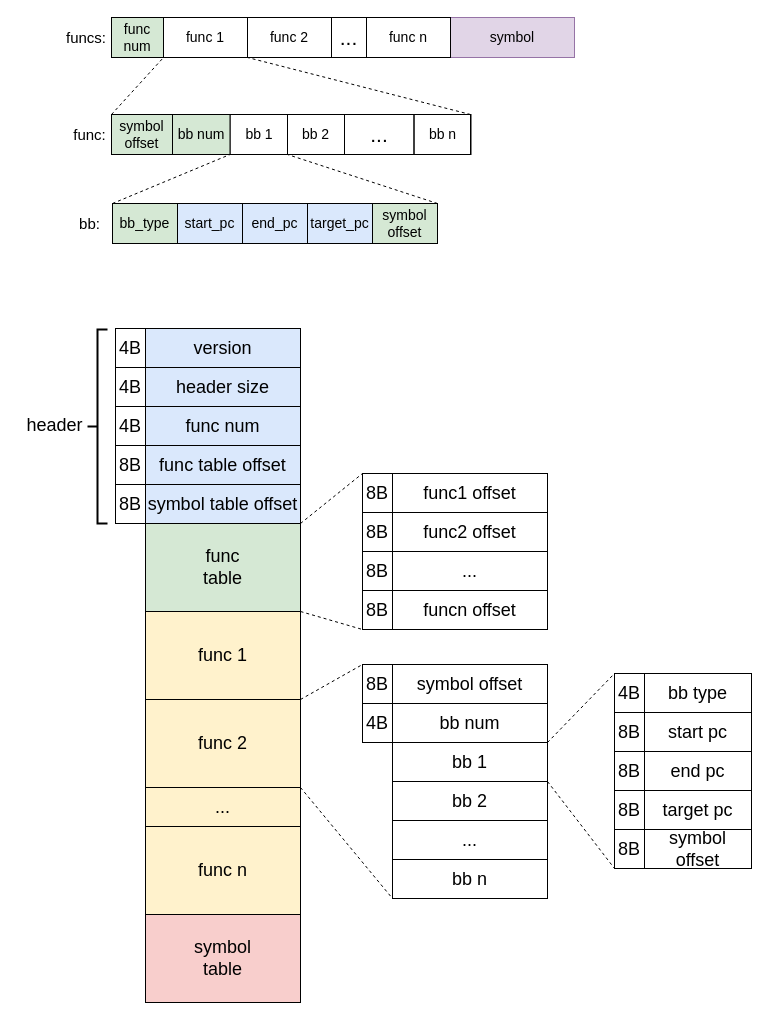
The draw.io diagram cfg 二进制布局设计.drawio in liyp1120/draw.io, before the edit. Source tidied: cells renumbered, new cells numbered last; positions are measured from the earlier drawing's top-left corner, leaving out a move shared by most shapes. Both pictures are drawn from the tidied source at 100%, with x=0, y=0 at pixel (17, 17).
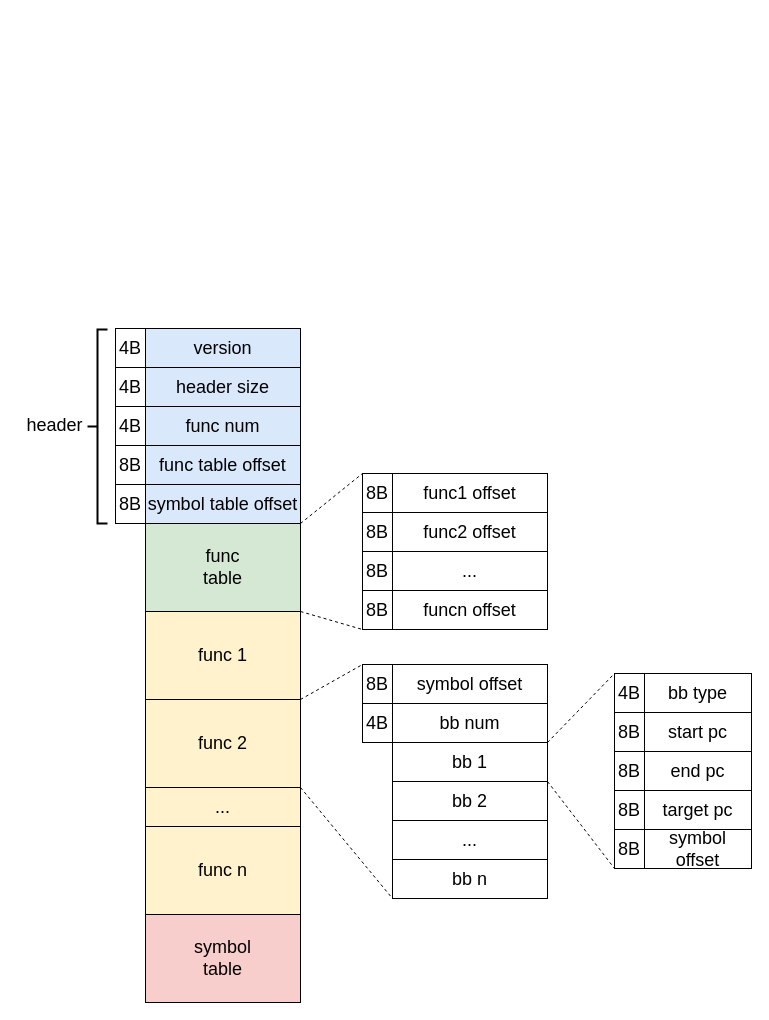
The same page after the edit.

Commit message:
更新cfg 二进制布局设计.drawio

What changed in the source:
```diff
@@
-    <mxCell id="2" style="rounded=0;whiteSpace=wrap;html=1;fillColor=none;" parent="1" vertex="1">
-      <mxGeometry x="94" width="463" height="40" as="geometry" />
-    </mxCell>
-    <mxCell id="3" value="&lt;font style=&quot;font-size: 14px;&quot;&gt;func num&lt;/font&gt;" style="rounded=0;whiteSpace=wrap;html=1;fillColor=#d5e8d4;labelBackgroundColor=none;labelBorderColor=none;strokeColor=default;" parent="1" vertex="1">
-      <mxGeometry x="94" width="52" height="40" as="geometry" />
-    </mxCell>
-    <mxCell id="4" value="&lt;font style=&quot;font-size: 15px;&quot;&gt;funcs:&lt;/font&gt;" style="rounded=0;whiteSpace=wrap;html=1;fillColor=none;strokeColor=none;" parent="1" vertex="1">
-      <mxGeometry x="44" width="50" height="40" as="geometry" />
-    </mxCell>
-    <mxCell id="5" value="&lt;font style=&quot;font-size: 21px;&quot;&gt;...&lt;/font&gt;" style="rounded=0;whiteSpace=wrap;html=1;fillColor=none;" parent="1" vertex="1">
-      <mxGeometry x="314" width="35" height="40" as="geometry" />
-    </mxCell>
-    <mxCell id="6" style="rounded=0;whiteSpace=wrap;html=1;fillColor=none;" parent="1" vertex="1">
-      <mxGeometry x="95" y="186" width="325" height="40" as="geometry" />
-    </mxCell>
-    <mxCell id="7" style="rounded=0;whiteSpace=wrap;html=1;fillColor=none;" parent="1" vertex="1">
-      <mxGeometry x="94" y="97" width="359" height="40" as="geometry" />
-    </mxCell>
-    <mxCell id="8" value="&lt;span style=&quot;font-size: 14px;&quot;&gt;symbol&lt;br&gt;offset&lt;br&gt;&lt;/span&gt;" style="rounded=0;whiteSpace=wrap;html=1;fillColor=#d5e8d4;strokeColor=default;" parent="1" vertex="1">
-      <mxGeometry x="94" y="97" width="61" height="40" as="geometry" />
-    </mxCell>
-    <mxCell id="9" value="&lt;font style=&quot;font-size: 15px;&quot;&gt;func:&lt;/font&gt;" style="rounded=0;whiteSpace=wrap;html=1;fillColor=none;strokeColor=none;" parent="1" vertex="1">
-      <mxGeometry x="51" y="97" width="43" height="40" as="geometry" />
-    </mxCell>
-    <mxCell id="10" value="&lt;font style=&quot;font-size: 14px;&quot;&gt;bb n&lt;/font&gt;" style="rounded=0;whiteSpace=wrap;html=1;fillColor=none;" parent="1" vertex="1">
-      <mxGeometry x="396.5" y="97" width="57" height="40" as="geometry" />
-    </mxCell>
-    <mxCell id="11" value="&lt;font style=&quot;font-size: 14px;&quot;&gt;bb 2&lt;/font&gt;" style="rounded=0;whiteSpace=wrap;html=1;fillColor=none;" parent="1" vertex="1">
-      <mxGeometry x="270" y="97" width="57" height="40" as="geometry" />
-    </mxCell>
-    <mxCell id="12" value="&lt;font style=&quot;font-size: 14px;&quot;&gt;bb 1&lt;/font&gt;" style="rounded=0;whiteSpace=wrap;html=1;fillColor=none;" parent="1" vertex="1">
-      <mxGeometry x="212.5" y="97" width="57.5" height="40" as="geometry" />
-    </mxCell>
-    <mxCell id="13" value="&lt;font style=&quot;font-size: 21px;&quot;&gt;...&lt;/font&gt;" style="rounded=0;whiteSpace=wrap;html=1;fillColor=none;" parent="1" vertex="1">
-      <mxGeometry x="327" y="97" width="69.5" height="40" as="geometry" />
-    </mxCell>
-    <mxCell id="14" value="&lt;font style=&quot;font-size: 14px;&quot;&gt;start_pc&lt;/font&gt;" style="rounded=0;whiteSpace=wrap;html=1;fillColor=#dae8fc;strokeColor=default;" parent="1" vertex="1">
-      <mxGeometry x="160" y="186" width="65" height="40" as="geometry" />
-    </mxCell>
-    <mxCell id="15" value="&lt;font style=&quot;font-size: 14px;&quot;&gt;end_pc&lt;/font&gt;" style="rounded=0;whiteSpace=wrap;html=1;fillColor=#dae8fc;strokeColor=default;" parent="1" vertex="1">
-      <mxGeometry x="225" y="186" width="65" height="40" as="geometry" />
-    </mxCell>
-    <mxCell id="16" style="endArrow=none;dashed=1;html=1;rounded=0;entryX=1;entryY=1;entryDx=0;entryDy=0;exitX=0;exitY=0;exitDx=0;exitDy=0;fontStyle=0;" parent="1" edge="1" source="8" target="3">
-      <mxGeometry relative="1" as="geometry" />
-    </mxCell>
-    <mxCell id="17" style="endArrow=none;dashed=1;html=1;rounded=0;entryX=1;entryY=1;entryDx=0;entryDy=0;exitX=1;exitY=0;exitDx=0;exitDy=0;" parent="1" edge="1" source="7" target="22">
-      <mxGeometry relative="1" as="geometry" />
-    </mxCell>
-    <mxCell id="18" value="&lt;span style=&quot;font-size: 14px;&quot;&gt;bb_type&lt;/span&gt;" style="rounded=0;whiteSpace=wrap;html=1;fillColor=#d5e8d4;strokeColor=default;" parent="1" vertex="1">
-      <mxGeometry x="95" y="186" width="65" height="40" as="geometry" />
-    </mxCell>
-    <mxCell id="19" style="endArrow=none;dashed=1;html=1;rounded=0;entryX=0;entryY=1;entryDx=0;entryDy=0;exitX=0;exitY=0;exitDx=0;exitDy=0;" parent="1" edge="1" source="18" target="12">
-      <mxGeometry relative="1" as="geometry" />
-    </mxCell>
-    <mxCell id="20" style="endArrow=none;dashed=1;html=1;rounded=0;entryX=1;entryY=1;entryDx=0;entryDy=0;exitX=1;exitY=0;exitDx=0;exitDy=0;" parent="1" edge="1" source="25" target="12">
-      <mxGeometry relative="1" as="geometry" />
-    </mxCell>
-    <mxCell id="21" value="&lt;font style=&quot;font-size: 14px;&quot;&gt;symbol&lt;/font&gt;" style="rounded=0;whiteSpace=wrap;html=1;fillColor=#e1d5e7;strokeColor=#9673a6;" parent="1" vertex="1">
-      <mxGeometry x="433" width="124" height="40" as="geometry" />
-    </mxCell>
-    <mxCell id="22" value="&lt;font style=&quot;font-size: 14px;&quot;&gt;func 1&lt;/font&gt;" style="rounded=0;whiteSpace=wrap;html=1;fillColor=none;labelBackgroundColor=none;labelBorderColor=none;" parent="1" vertex="1">
-      <mxGeometry x="146" width="84" height="40" as="geometry" />
-    </mxCell>
-    <mxCell id="23" value="&lt;font style=&quot;font-size: 14px;&quot;&gt;func 2&lt;/font&gt;" style="rounded=0;whiteSpace=wrap;html=1;fillColor=none;labelBackgroundColor=none;labelBorderColor=none;" parent="1" vertex="1">
-      <mxGeometry x="230" width="84" height="40" as="geometry" />
-    </mxCell>
-    <mxCell id="24" value="&lt;font style=&quot;font-size: 14px;&quot;&gt;func n&lt;/font&gt;" style="rounded=0;whiteSpace=wrap;html=1;fillColor=none;labelBackgroundColor=none;labelBorderColor=none;" parent="1" vertex="1">
-      <mxGeometry x="349" width="84" height="40" as="geometry" />
-    </mxCell>
-    <mxCell id="25" value="&lt;font style=&quot;font-size: 14px;&quot;&gt;symbol&lt;br&gt;offset&lt;br&gt;&lt;/font&gt;" style="rounded=0;whiteSpace=wrap;html=1;fillColor=#d5e8d4;strokeColor=default;" parent="1" vertex="1">
-      <mxGeometry x="355" y="186" width="65" height="40" as="geometry" />
-    </mxCell>
-    <mxCell id="26" value="&lt;font style=&quot;font-size: 14px;&quot;&gt;bb num&lt;/font&gt;" style="rounded=0;whiteSpace=wrap;html=1;fillColor=#d5e8d4;strokeColor=default;" parent="1" vertex="1">
-      <mxGeometry x="155" y="97" width="57.5" height="40" as="geometry" />
-    </mxCell>
-    <mxCell id="27" value="&lt;font style=&quot;font-size: 15px;&quot;&gt;bb:&lt;/font&gt;" style="rounded=0;whiteSpace=wrap;html=1;fillColor=none;strokeColor=none;" parent="1" vertex="1">
-      <mxGeometry x="51" y="186" width="43" height="40" as="geometry" />
-    </mxCell>
-    <mxCell id="28" value="&lt;font style=&quot;font-size: 14px;&quot;&gt;target_pc&lt;/font&gt;" style="rounded=0;whiteSpace=wrap;html=1;fillColor=#dae8fc;strokeColor=default;" parent="1" vertex="1">
-      <mxGeometry x="290" y="186" width="65" height="40" as="geometry" />
-    </mxCell>
```
